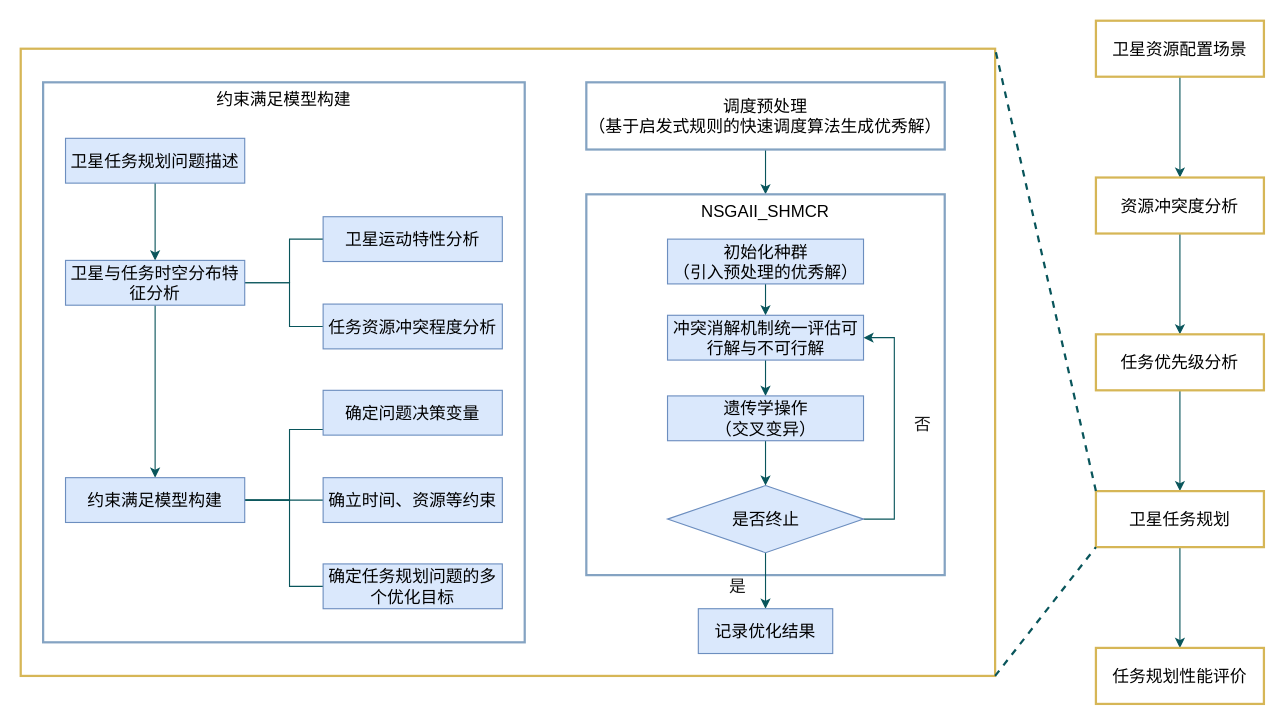
The draw.io diagram 调度流程.drawio in Kidulttt/drwaio, before the edit. Source tidied: cells renumbered, new cells numbered last; positions are measured from the earlier drawing's top-left corner, leaving out a move shared by most shapes. Both pictures are drawn from the tidied source at 112%, with x=0, y=0 at pixel (20, 20).
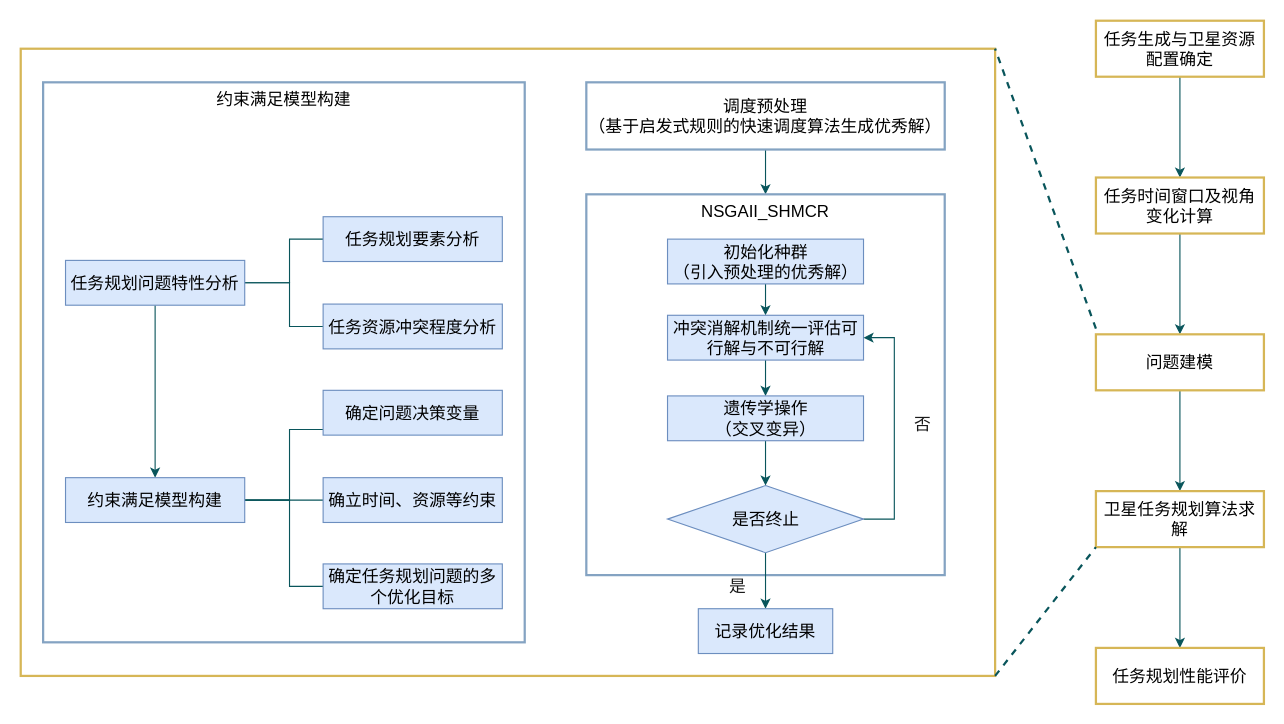
The same diagram, later.

Commit message:
更新调度流程.drawio

The change refers to these unchanged cells:
```xml
<mxCell id="2" style="rounded=0;whiteSpace=wrap;html=1;labelBackgroundColor=none;fontSize=15;fillColor=default;strokeColor=#d6b656;strokeWidth=2;fontColor=default;" parent="1" vertex="1">
  <mxGeometry y="25" width="870" height="560" as="geometry" />
</mxCell>
```

Diff of the diagram source:
```diff
@@
-    <mxCell id="4" value="卫星资源配置场景" style="rounded=0;whiteSpace=wrap;html=1;fontSize=15;strokeWidth=2;labelBackgroundColor=none;fillColor=default;strokeColor=#d6b656;" parent="1" vertex="1">
+    <mxCell id="4" value="任务生成与卫星资源配置确定" style="rounded=0;whiteSpace=wrap;html=1;fontSize=15;strokeWidth=2;labelBackgroundColor=none;fillColor=default;strokeColor=#d6b656;" parent="1" vertex="1">
       <mxGeometry x="960" width="150" height="50" as="geometry" />
     </mxCell>
@@
-    <mxCell id="6" value="资源冲突度分析" style="whiteSpace=wrap;html=1;rounded=0;fontSize=15;strokeWidth=2;labelBackgroundColor=none;fillColor=default;strokeColor=#d6b656;" parent="1" vertex="1">
+    <mxCell id="6" value="任务时间窗口及视角变化计算" style="whiteSpace=wrap;html=1;rounded=0;fontSize=15;strokeWidth=2;labelBackgroundColor=none;fillColor=default;strokeColor=#d6b656;" parent="1" vertex="1">
       <mxGeometry x="960" y="140" width="150" height="50" as="geometry" />
     </mxCell>
@@
-    <mxCell id="8" value="任务优先级分析" style="whiteSpace=wrap;html=1;rounded=0;fontSize=15;strokeWidth=2;labelBackgroundColor=none;fillColor=default;strokeColor=#d6b656;" parent="1" vertex="1">
+    <mxCell id="8" value="问题建模" style="whiteSpace=wrap;html=1;rounded=0;fontSize=15;strokeWidth=2;labelBackgroundColor=none;fillColor=default;strokeColor=#d6b656;" parent="1" vertex="1">
       <mxGeometry x="960" y="280" width="150" height="50" as="geometry" />
     </mxCell>
@@
-    <mxCell id="10" value="卫星任务规划" style="whiteSpace=wrap;html=1;rounded=0;fontSize=15;strokeWidth=2;labelBackgroundColor=none;fillColor=default;strokeColor=#d6b656;" parent="1" vertex="1">
+    <mxCell id="10" value="卫星任务规划算法求解" style="whiteSpace=wrap;html=1;rounded=0;fontSize=15;strokeWidth=2;labelBackgroundColor=none;fillColor=default;strokeColor=#d6b656;" parent="1" vertex="1">
       <mxGeometry x="960" y="420" width="150" height="50" as="geometry" />
     </mxCell>
@@
-    <mxCell id="13" style="edgeStyle=orthogonalEdgeStyle;rounded=0;jettySize=auto;html=1;fontSize=15;labelBackgroundColor=none;fontColor=default;strokeColor=#09555B;" parent="1" edge="1" source="14" target="18">
-      <mxGeometry relative="1" as="geometry" />
-    </mxCell>
-    <mxCell id="14" value="卫星任务规划问题描述" style="rounded=0;whiteSpace=wrap;html=1;fontSize=15;labelBackgroundColor=none;fillColor=#dae8fc;strokeColor=#6c8ebf;" parent="1" vertex="1">
-      <mxGeometry x="40" y="105" width="160" height="40" as="geometry" />
-    </mxCell>
@@
-    <mxCell id="18" value="卫星与任务时空分布特征分析" style="whiteSpace=wrap;html=1;rounded=0;fontSize=15;labelBackgroundColor=none;fillColor=#dae8fc;strokeColor=#6c8ebf;" parent="1" vertex="1">
+    <mxCell id="18" value="任务规划问题特性分析" style="whiteSpace=wrap;html=1;rounded=0;fontSize=15;labelBackgroundColor=none;fillColor=#dae8fc;strokeColor=#6c8ebf;" parent="1" vertex="1">
       <mxGeometry x="40" y="214" width="160" height="40" as="geometry" />
     </mxCell>
@@
-    <mxCell id="23" value="卫星运动特性分析" style="whiteSpace=wrap;html=1;rounded=0;fontSize=15;labelBackgroundColor=none;fillColor=#dae8fc;strokeColor=#6c8ebf;" parent="1" vertex="1">
+    <mxCell id="23" value="任务规划要素分析" style="whiteSpace=wrap;html=1;rounded=0;fontSize=15;labelBackgroundColor=none;fillColor=#dae8fc;strokeColor=#6c8ebf;" parent="1" vertex="1">
       <mxGeometry x="270" y="175" width="160" height="40" as="geometry" />
     </mxCell>
@@
-    <mxCell id="43" style="endArrow=none;dashed=1;html=1;rounded=0;exitX=0;exitY=0;exitDx=0;exitDy=0;entryX=1;entryY=0;entryDx=0;entryDy=0;strokeColor=#09555B;strokeWidth=2;fontSize=15;labelBackgroundColor=none;fontColor=default;" parent="1" edge="1" source="10" target="2">
-      <mxGeometry relative="1" as="geometry" />
+    <mxCell id="43" style="endArrow=none;dashed=1;html=1;rounded=0;entryX=1;entryY=0;entryDx=0;entryDy=0;strokeColor=#09555B;strokeWidth=2;fontSize=15;labelBackgroundColor=none;fontColor=default;" parent="1" edge="1" target="2">
+      <mxGeometry relative="1" as="geometry">
+        <mxPoint x="960" y="275" as="sourcePoint" />
+      </mxGeometry>
     </mxCell>
```
